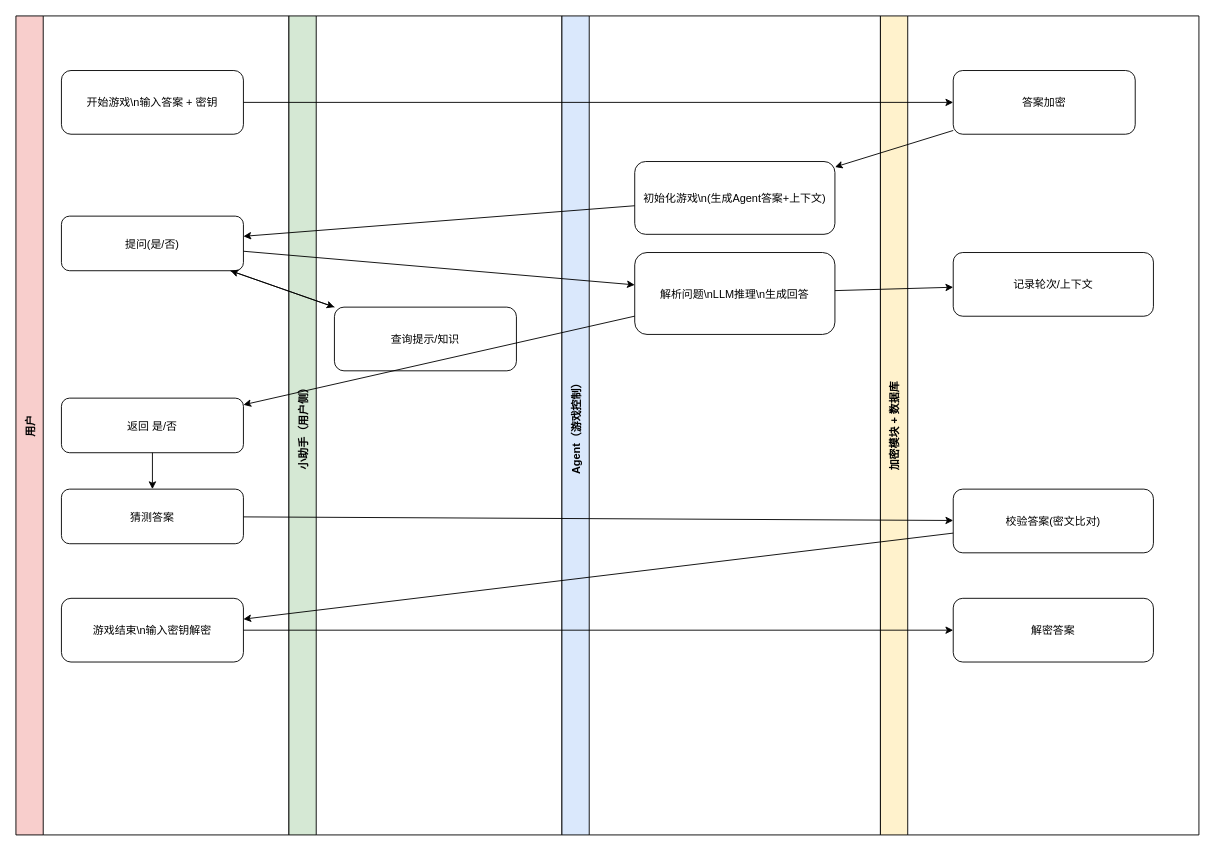
This is page "流程" (2 of 4) of 框架.drawio from janfeise/guess-agent, a draw.io file, before an edit. Source tidied: cells renumbered, new cells numbered last; positions are measured from the earlier drawing's top-left corner, leaving out a move shared by most shapes. Both pictures are drawn from the tidied source at 91%, with x=0, y=0 at pixel (15, 15).
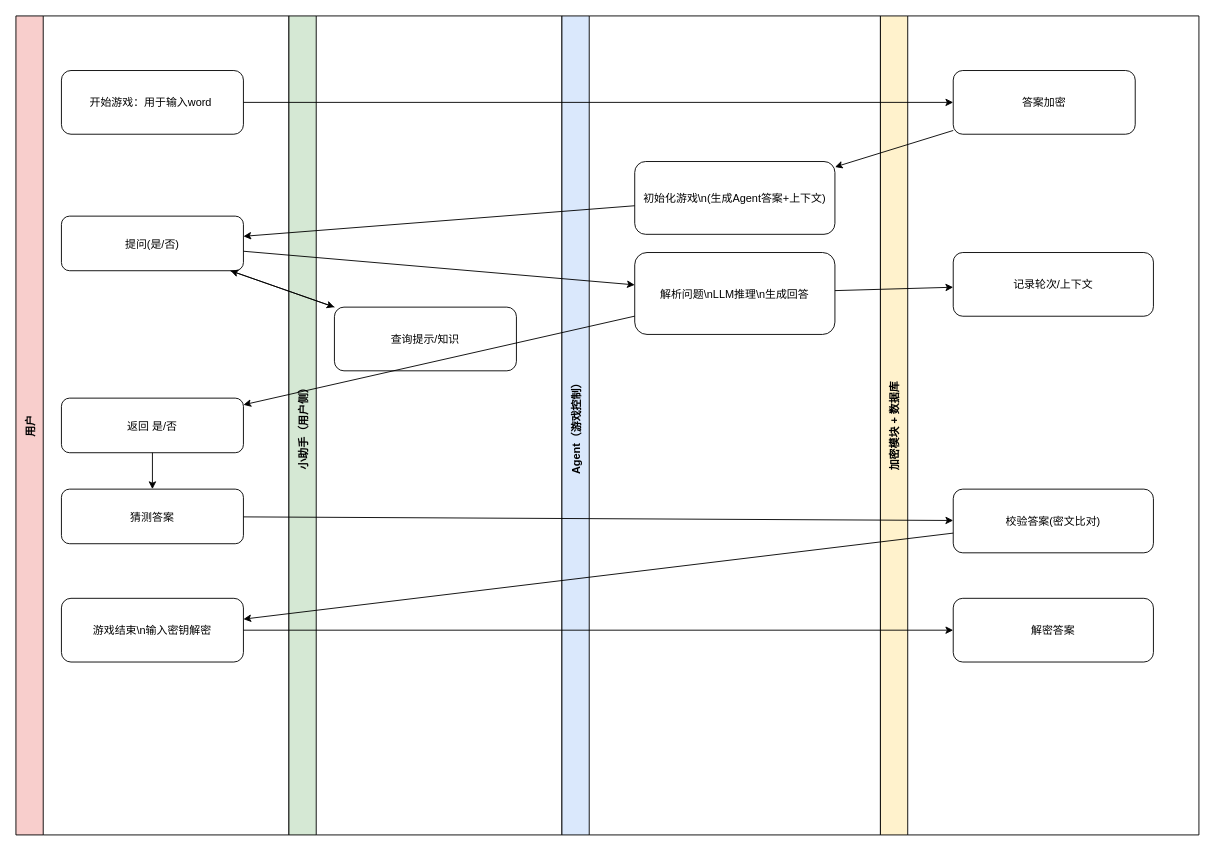
Above is the later version.

The change refers to these unchanged cells:
```xml
<mxCell id="2" value="用户" style="swimlane;horizontal=0;startSize=30;fillColor=#f8cecc;" parent="1" vertex="1">
  <mxGeometry width="300" height="900" as="geometry" />
</mxCell>
```

The edit, as a diff of the source:
```diff
@@
-    <mxCell id="3" value="开始游戏\n输入答案 + 密钥" style="rounded=1;whiteSpace=wrap;" parent="2" vertex="1">
+    <mxCell id="3" value="开始游戏：用于输入word " style="rounded=1;whiteSpace=wrap;" parent="2" vertex="1">
       <mxGeometry x="50" y="60" width="200" height="70" as="geometry" />
     </mxCell>
```
